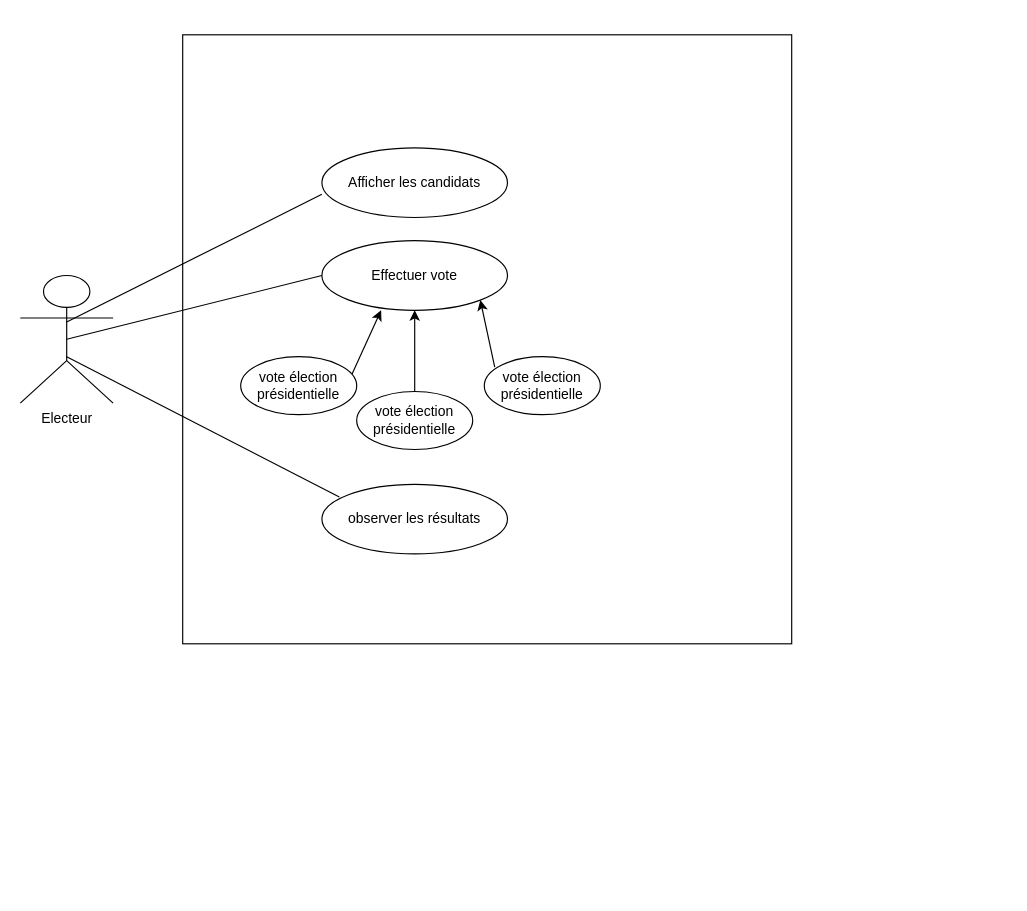
This is Modélisation et diagramme/dcu.drawio from Josback04/MON_TFC, a draw.io file, before an edit. Source tidied: cells renumbered, new cells numbered last; positions are measured from the earlier drawing's top-left corner, leaving out a move shared by most shapes. Both pictures are drawn from the tidied source at 116%, with x=0, y=0 at pixel (20, 34).
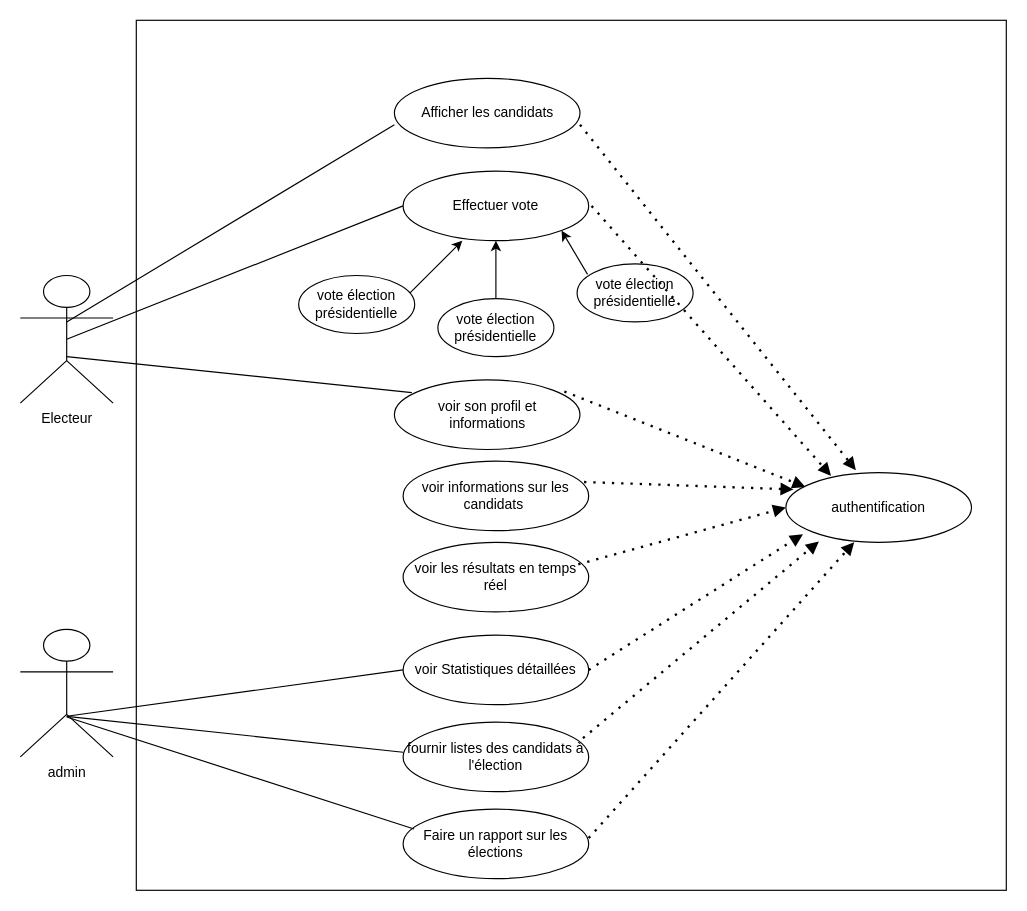
After the change.

Change to the diagram source:
```diff
@@
+    <mxCell id="29" style="whiteSpace=wrap;html=1;" parent="1" vertex="1">
+      <mxGeometry x="100" y="-12" width="750" height="750" as="geometry" />
+    </mxCell>
@@
-    <mxCell id="3" style="whiteSpace=wrap;html=1;rounded=0;glass=0;" parent="1" vertex="1">
-      <mxGeometry x="140" y="0.5" width="525" height="525" as="geometry" />
-    </mxCell>
     <mxCell id="4" style="group;" parent="1" vertex="1">
-      <mxGeometry x="260" y="98" width="160" height="60" as="geometry" />
+      <mxGeometry x="322.5" y="38" width="160" height="60" as="geometry" />
     </mxCell>
-    <mxCell id="5" style="ellipse;whiteSpace=wrap;html=1;" parent="4" vertex="1">
+    <mxCell id="5" value="&lt;span&gt;Afficher les candidats&lt;/span&gt;" style="ellipse;whiteSpace=wrap;html=1;" parent="4" vertex="1">
       <mxGeometry width="160" height="60" as="geometry" />
     </mxCell>
-    <mxCell id="6" value="Afficher les candidats" style="text;html=1;strokeColor=none;fillColor=none;align=center;verticalAlign=middle;whiteSpace=wrap;rounded=0;" parent="4" vertex="1">
-      <mxGeometry x="15" y="20" width="130" height="20" as="geometry" />
-    </mxCell>
     <mxCell id="7" style="group;" parent="1" vertex="1">
-      <mxGeometry x="260" y="178" width="160" height="60" as="geometry" />
+      <mxGeometry x="330" y="118" width="160" height="60" as="geometry" />
     </mxCell>
@@
     <mxCell id="10" style="group;" parent="1" vertex="1">
-      <mxGeometry x="210" y="268" width="140" height="50" as="geometry" />
+      <mxGeometry x="260" y="198" width="140" height="50" as="geometry" />
     </mxCell>
@@
     <mxCell id="14" style="group;" parent="1" vertex="1">
-      <mxGeometry x="270" y="308" width="140" height="50" as="geometry" />
+      <mxGeometry x="340" y="228" width="140" height="50" as="geometry" />
     </mxCell>
@@
     <mxCell id="17" style="group;" parent="1" vertex="1">
-      <mxGeometry x="380" y="278" width="140" height="50" as="geometry" />
+      <mxGeometry x="460" y="198" width="140" height="50" as="geometry" />
     </mxCell>
@@
     <mxCell id="23" style="group;" parent="1" vertex="1">
-      <mxGeometry x="260" y="388" width="160" height="60" as="geometry" />
+      <mxGeometry x="322.5" y="298" width="160" height="60" as="geometry" />
     </mxCell>
@@
-    <mxCell id="25" value="observer les résultats" style="text;html=1;strokeColor=none;fillColor=none;align=center;verticalAlign=middle;whiteSpace=wrap;rounded=0;" parent="23" vertex="1">
+    <mxCell id="25" value="voir son profil et informations" style="text;html=1;strokeColor=none;fillColor=none;align=center;verticalAlign=middle;whiteSpace=wrap;rounded=0;" parent="23" vertex="1">
       <mxGeometry x="15" y="20" width="130" height="20" as="geometry" />
     </mxCell>
@@
+    <mxCell id="30" value="voir informations sur les candidats&amp;nbsp;" style="ellipse;whiteSpace=wrap;html=1;" parent="1" vertex="1">
+      <mxGeometry x="330" y="368" width="160" height="60" as="geometry" />
+    </mxCell>
+    <mxCell id="31" value="voir les résultats en temps réel" style="ellipse;whiteSpace=wrap;html=1;" parent="1" vertex="1">
+      <mxGeometry x="330" y="438" width="160" height="60" as="geometry" />
+    </mxCell>
+    <mxCell id="32" value="admin" style="shape=umlActor;verticalLabelPosition=bottom;verticalAlign=top;html=1;outlineConnect=0;" parent="1" vertex="1">
+      <mxGeometry y="513" width="80" height="110" as="geometry" />
+    </mxCell>
+    <mxCell id="33" value="voir Statistiques détaillées" style="ellipse;whiteSpace=wrap;html=1;" parent="1" vertex="1">
+      <mxGeometry x="330" y="518" width="160" height="60" as="geometry" />
+    </mxCell>
+    <mxCell id="34" value="fournir listes des candidats à l'élection" style="ellipse;whiteSpace=wrap;html=1;" parent="1" vertex="1">
+      <mxGeometry x="330" y="593" width="160" height="60" as="geometry" />
+    </mxCell>
+    <mxCell id="35" value="Faire un rapport sur les élections" style="ellipse;whiteSpace=wrap;html=1;" parent="1" vertex="1">
+      <mxGeometry x="330" y="668" width="160" height="60" as="geometry" />
+    </mxCell>
+    <mxCell id="36" style="endArrow=none;html=1;entryX=0.094;entryY=0.183;entryDx=0;entryDy=0;entryPerimeter=0;" parent="1" edge="1">
+      <mxGeometry relative="1" as="geometry">
+        <mxPoint x="40" y="588" as="sourcePoint" />
+        <mxPoint x="330" y="619" as="targetPoint" />
+      </mxGeometry>
+    </mxCell>
+    <mxCell id="37" style="endArrow=none;html=1;entryX=0;entryY=0.5;entryDx=0;entryDy=0;" parent="1" edge="1" target="33">
+      <mxGeometry relative="1" as="geometry">
+        <mxPoint x="40" y="588" as="sourcePoint" />
+      </mxGeometry>
+    </mxCell>
+    <mxCell id="38" style="endArrow=none;html=1;entryX=0.059;entryY=0.286;entryDx=0;entryDy=0;entryPerimeter=0;exitX=0.5;exitY=0.687;exitDx=0;exitDy=0;exitPerimeter=0;" parent="1" edge="1" source="32" target="35">
+      <mxGeometry relative="1" as="geometry" />
+    </mxCell>
+    <mxCell id="39" style="endArrow=block;dashed=1;html=1;dashPattern=1 3;strokeWidth=2;entryX=0.092;entryY=0.883;entryDx=0;entryDy=0;entryPerimeter=0;endFill=1;" parent="1" edge="1" target="47">
+      <mxGeometry relative="1" as="geometry">
+        <mxPoint x="490" y="548" as="sourcePoint" />
+      </mxGeometry>
+    </mxCell>
+    <mxCell id="40" style="endArrow=block;dashed=1;html=1;dashPattern=1 3;strokeWidth=2;exitX=0.969;exitY=0.231;exitDx=0;exitDy=0;exitPerimeter=0;entryX=0.178;entryY=0.987;entryDx=0;entryDy=0;entryPerimeter=0;endFill=1;" parent="1" edge="1" source="34" target="47">
+      <mxGeometry relative="1" as="geometry" />
+    </mxCell>
+    <mxCell id="41" style="endArrow=block;dashed=1;html=1;dashPattern=1 3;strokeWidth=2;entryX=0.368;entryY=0.998;entryDx=0;entryDy=0;entryPerimeter=0;endFill=1;" parent="1" edge="1" target="47">
+      <mxGeometry relative="1" as="geometry">
+        <mxPoint x="490" y="693" as="sourcePoint" />
+      </mxGeometry>
+    </mxCell>
+    <mxCell id="42" style="endArrow=block;dashed=1;html=1;dashPattern=1 3;strokeWidth=2;entryX=0;entryY=0.5;entryDx=0;entryDy=0;endFill=1;" parent="1" edge="1" target="47">
+      <mxGeometry relative="1" as="geometry">
+        <mxPoint x="481" y="457" as="sourcePoint" />
+      </mxGeometry>
+    </mxCell>
+    <mxCell id="43" style="endArrow=block;dashed=1;html=1;dashPattern=1 3;strokeWidth=2;exitX=0.975;exitY=0.3;exitDx=0;exitDy=0;exitPerimeter=0;entryX=0.041;entryY=0.24;entryDx=0;entryDy=0;entryPerimeter=0;endFill=1;" parent="1" edge="1" source="30" target="47">
+      <mxGeometry relative="1" as="geometry" />
+    </mxCell>
+    <mxCell id="44" style="endArrow=block;dashed=1;html=1;dashPattern=1 3;strokeWidth=2;entryX=0.105;entryY=0.205;entryDx=0;entryDy=0;entryPerimeter=0;endFill=1;" parent="1" edge="1" target="47">
+      <mxGeometry relative="1" as="geometry">
+        <mxPoint x="469" y="308" as="sourcePoint" />
+      </mxGeometry>
+    </mxCell>
+    <mxCell id="45" style="endArrow=block;dashed=1;html=1;dashPattern=1 3;strokeWidth=2;entryX=0.243;entryY=0.044;entryDx=0;entryDy=0;entryPerimeter=0;endFill=1;" parent="1" edge="1" target="47">
+      <mxGeometry relative="1" as="geometry">
+        <mxPoint x="492.5" y="148" as="sourcePoint" />
+      </mxGeometry>
+    </mxCell>
+    <mxCell id="46" style="endArrow=block;dashed=1;html=1;dashPattern=1 3;strokeWidth=2;entryX=0.377;entryY=-0.036;entryDx=0;entryDy=0;entryPerimeter=0;endFill=1;" parent="1" edge="1" target="47">
+      <mxGeometry relative="1" as="geometry">
+        <mxPoint x="482.5" y="78" as="sourcePoint" />
+      </mxGeometry>
+    </mxCell>
+    <mxCell id="47" value="authentification" style="ellipse;whiteSpace=wrap;html=1;" parent="1" vertex="1">
+      <mxGeometry x="660" y="378" width="160" height="60" as="geometry" />
+    </mxCell>
```
